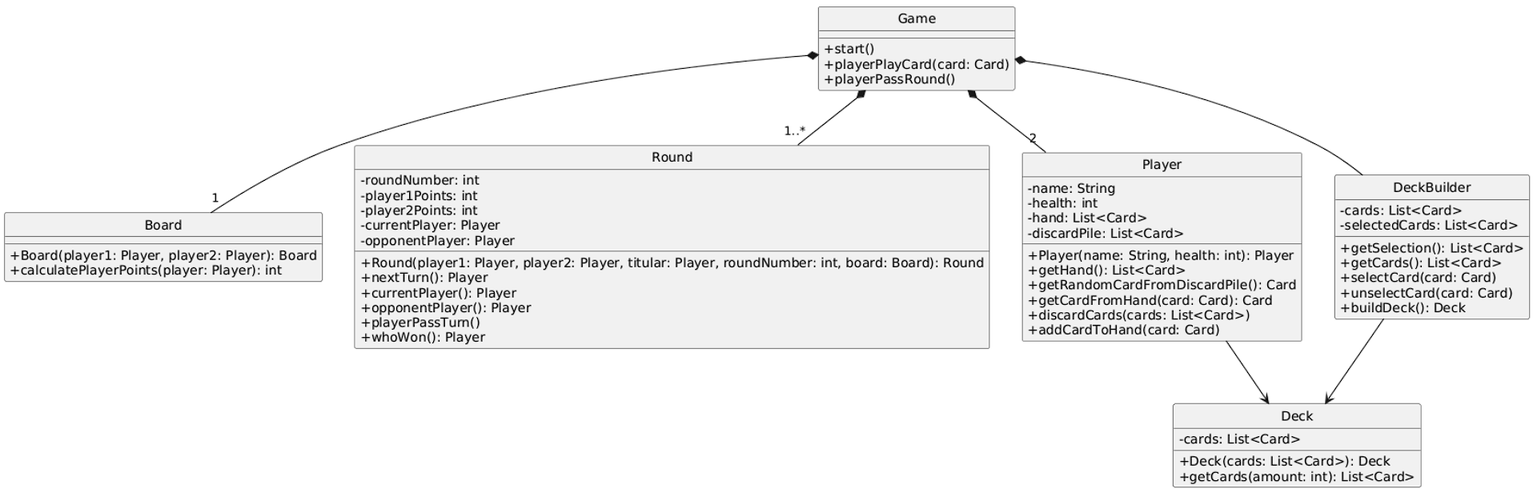
Above: diagrams/classes/game.png in Yonhir/algo3_proyecto_base_tp2 (PlantUML), before the change. Its source is kept beside it as diagrams/classes/game.plantuml.
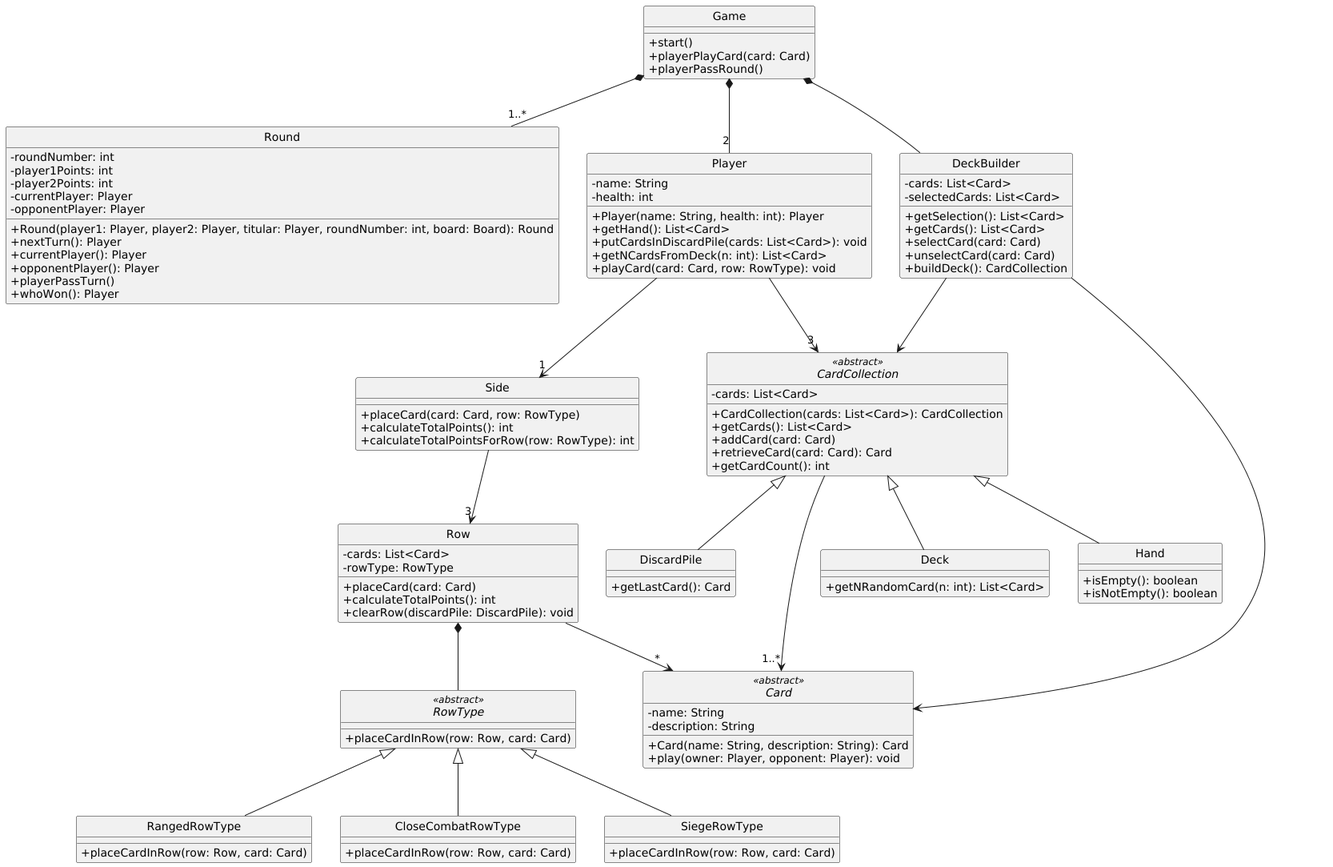
After the commit.

Commit message:
diagrama actualizado por correcciones

Diff of the diagram source:
```diff
@@ -9,12 +9,6 @@
   +playerPlayCard(card: Card)
   +playerPassRound()
 }
-
-class Board {
-  +Board(player1: Player, player2: Player): Board
-  +calculatePlayerPoints(player: Player): int
-}
-
 
 class Round {
   -roundNumber: int
@@ -33,20 +27,15 @@
 class Player {
   -name: String
   -health: int
-  -hand: List<Card>
-  -discardPile: List<Card>
   +Player(name: String, health: int): Player
   +getHand(): List<Card>
-  +getRandomCardFromDiscardPile(): Card
-  +getCardFromHand(card: Card): Card
-  +discardCards(cards: List<Card>)
-  +addCardToHand(card: Card)
+  +putCardsInDiscardPile(cards: List<Card>): void
+  +getNCardsFromDeck(n: int): List<Card>
+  +playCard(card: Card, row: RowType): void
 }
 
 class Deck {
-  -cards: List<Card>
-  +Deck(cards: List<Card>): Deck
-  +getCards(amount: int): List<Card>
+  +getNRandomCard(n: int): List<Card>
 }
 
 class DeckBuilder {
@@ -56,18 +45,85 @@
   +getCards(): List<Card>
   +selectCard(card: Card)
   +unselectCard(card: Card)
-  +buildDeck(): Deck
+  +buildDeck(): CardCollection
 }
 
+abstract class CardCollection <<abstract>> {
+  -cards: List<Card>
+  +CardCollection(cards: List<Card>): CardCollection
+  +getCards(): List<Card>
+  +addCard(card: Card)
+  +retrieveCard(card: Card): Card
+  +getCardCount(): int
+}
+
+class Hand {
+  +isEmpty(): boolean
+  +isNotEmpty(): boolean
+}
+
+class DiscardPile {
+  +getLastCard(): Card
+}
+
+abstract class Card <<abstract>> {
+  -name: String
+  -description: String
+  +Card(name: String, description: String): Card
+  +play(owner: Player, opponent: Player): void
+}
+
+class Side {
+  +placeCard(card: Card, row: RowType)
+  +calculateTotalPoints(): int
+  +calculateTotalPointsForRow(row: RowType): int
+}
+
+abstract class RowType <<abstract>> {
+  +placeCardInRow(row: Row, card: Card)
+}
+
+class RangedRowType extends RowType {
+  +placeCardInRow(row: Row, card: Card)
+}
+
+class CloseCombatRowType extends RowType {
+  +placeCardInRow(row: Row, card: Card)
+}
+
+class SiegeRowType extends RowType {
+  +placeCardInRow(row: Row, card: Card)
+}
+
+class Row {
+  -cards: List<Card>
+  -rowType: RowType
+  +placeCard(card: Card)
+  +calculateTotalPoints(): int
+  +clearRow(discardPile: DiscardPile): void
+}
+
+
 Game *-- "1..*" Round
-Game *-- "1" Board
 Game *-- "2" Player
 Game *-- DeckBuilder
-DeckBuilder --> Deck
-Player --> Deck
 
+DeckBuilder --> Card
+DeckBuilder --> CardCollection
 
+CardCollection --> "1..*" Card
 
+CardCollection <|-- Hand
+CardCollection <|-- DiscardPile
+CardCollection <|-- Deck
 
+Player --> "3" CardCollection
+
+Player --> "1" Side
+
+Side --> "3" Row
+
+Row *-- RowType
+Row --> "*" Card
 
 @enduml
```
